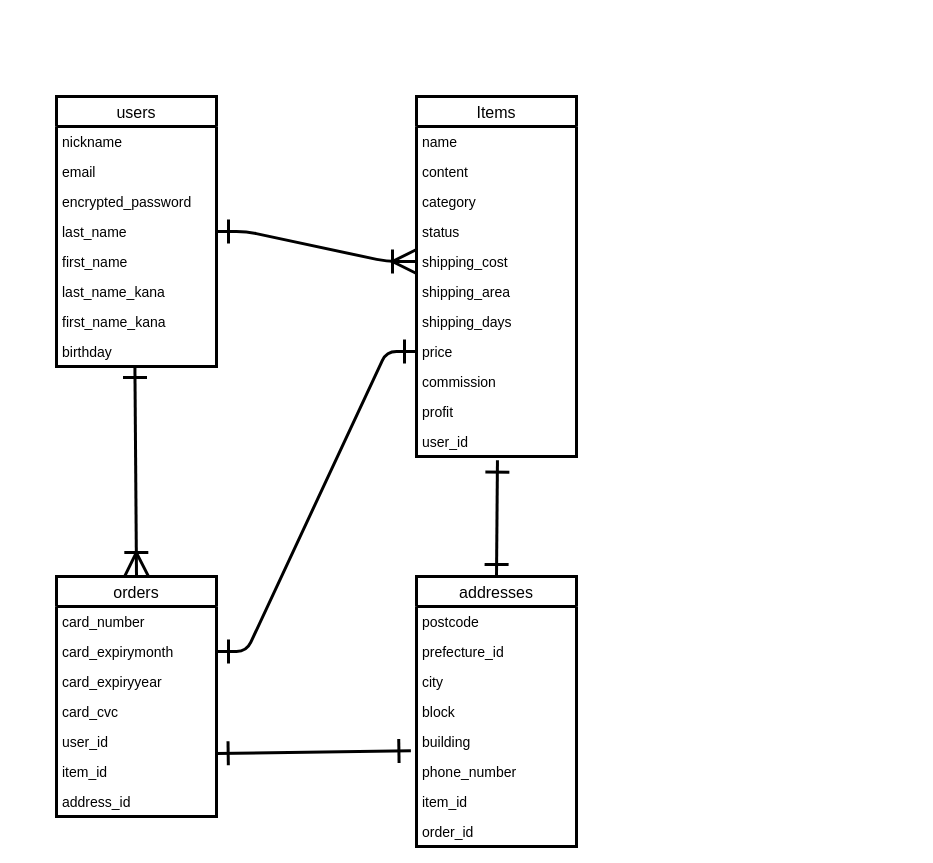
Before: furima.dio in tatsuya-ogi312/furima-38499, a draw.io diagram. Source tidied: cells renumbered, new cells numbered last; positions are measured from the earlier drawing's top-left corner, leaving out a move shared by most shapes. Both pictures are drawn from the tidied source at 100%, with x=0, y=0 at pixel (56, 96).
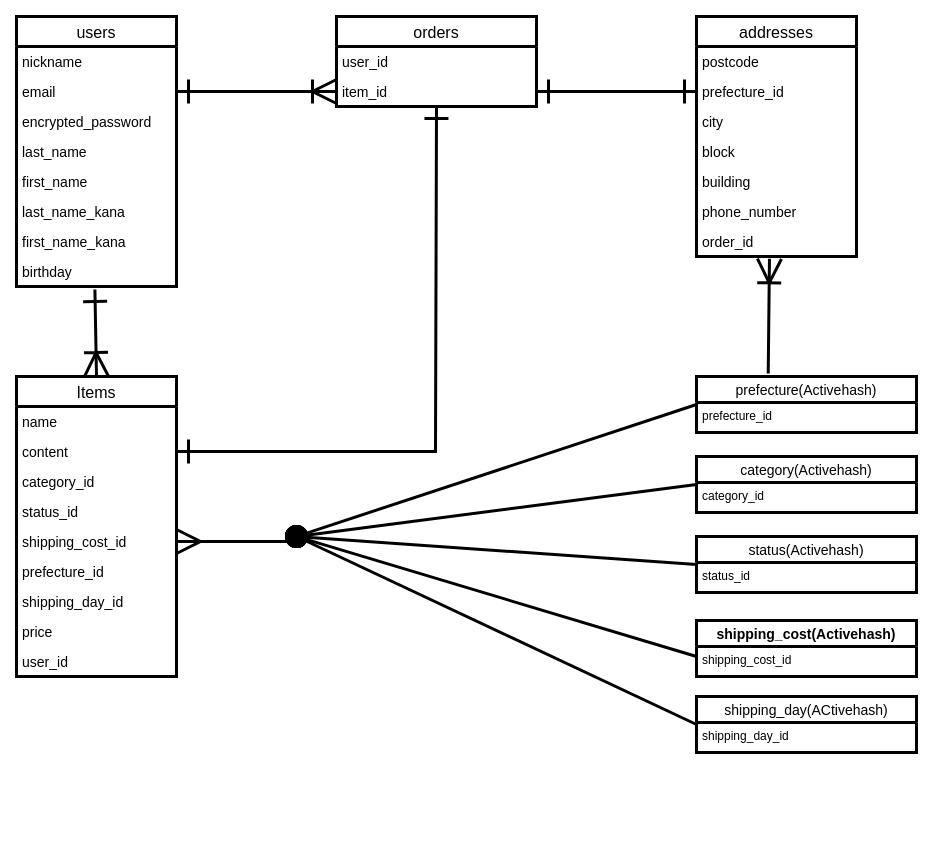
The same page after the edit.

Unchanged cells that the change refers to:
```xml
<mxCell id="12" value="email" style="text;strokeColor=none;fillColor=none;align=left;verticalAlign=middle;spacingLeft=4;spacingRight=4;overflow=hidden;points=[[0,0.5],[1,0.5]];portConstraint=eastwest;fontSize=14;" parent="10" vertex="1">
  <mxGeometry y="60" width="160" height="30" as="geometry" />
</mxCell>
<mxCell id="14" value="last_name" style="text;strokeColor=none;fillColor=none;align=left;verticalAlign=middle;spacingLeft=4;spacingRight=4;overflow=hidden;points=[[0,0.5],[1,0.5]];portConstraint=eastwest;fontSize=14;" parent="10" vertex="1">
  <mxGeometry y="120" width="160" height="30" as="geometry" />
</mxCell>
<mxCell id="18" value="birthday" style="text;strokeColor=none;fillColor=none;align=left;verticalAlign=middle;spacingLeft=4;spacingRight=4;overflow=hidden;points=[[0,0.5],[1,0.5]];portConstraint=eastwest;fontSize=14;" parent="10" vertex="1">
  <mxGeometry y="240" width="160" height="30" as="geometry" />
</mxCell>
<mxCell id="21" value="content" style="text;strokeColor=none;fillColor=none;align=left;verticalAlign=middle;spacingLeft=4;spacingRight=4;overflow=hidden;points=[[0,0.5],[1,0.5]];portConstraint=eastwest;fontSize=14;" parent="19" vertex="1">
  <mxGeometry y="60" width="160" height="30" as="geometry" />
</mxCell>
<mxCell id="27" value="price" style="text;strokeColor=none;fillColor=none;align=left;verticalAlign=middle;spacingLeft=4;spacingRight=4;overflow=hidden;points=[[0,0.5],[1,0.5]];portConstraint=eastwest;fontSize=14;" parent="19" vertex="1">
  <mxGeometry y="240" width="160" height="30" as="geometry" />
</mxCell>
<mxCell id="33" value="prefecture_id" style="text;strokeColor=none;fillColor=none;align=left;verticalAlign=middle;spacingLeft=4;spacingRight=4;overflow=hidden;points=[[0,0.5],[1,0.5]];portConstraint=eastwest;fontSize=14;" parent="31" vertex="1">
  <mxGeometry y="60" width="160" height="30" as="geometry" />
</mxCell>
<mxCell id="37" value="phone_number" style="text;strokeColor=none;fillColor=none;align=left;verticalAlign=middle;spacingLeft=4;spacingRight=4;overflow=hidden;points=[[0,0.5],[1,0.5]];portConstraint=eastwest;fontSize=14;" parent="31" vertex="1">
  <mxGeometry y="180" width="160" height="30" as="geometry" />
</mxCell>
```

Change to the diagram source:
```diff
@@
     <mxCell id="2" value="orders" style="swimlane;fontStyle=0;horizontal=1;startSize=30;strokeWidth=3;fontSize=16;" parent="1" vertex="1">
-      <mxGeometry y="480" width="160" height="240" as="geometry" />
+      <mxGeometry x="280" y="-80" width="200" height="90" as="geometry" />
     </mxCell>
-    <mxCell id="3" value="card_number" style="text;strokeColor=none;fillColor=none;align=left;verticalAlign=middle;spacingLeft=4;spacingRight=4;overflow=hidden;fontSize=14;" parent="2" vertex="1">
-      <mxGeometry y="30" width="160" height="30" as="geometry" />
-    </mxCell>
-    <mxCell id="4" value="card_expirymonth" style="text;strokeColor=none;fillColor=none;align=left;verticalAlign=middle;spacingLeft=4;spacingRight=4;overflow=hidden;points=[[0,0.5],[1,0.5]];portConstraint=eastwest;fontSize=14;" parent="2" vertex="1">
-      <mxGeometry y="60" width="160" height="30" as="geometry" />
-    </mxCell>
-    <mxCell id="5" value="card_expiryyear" style="text;strokeColor=none;fillColor=none;align=left;verticalAlign=middle;spacingLeft=4;spacingRight=4;overflow=hidden;fontSize=14;" parent="2" vertex="1">
-      <mxGeometry y="90" width="160" height="30" as="geometry" />
-    </mxCell>
-    <mxCell id="6" value="card_cvc " style="text;strokeColor=none;fillColor=none;align=left;verticalAlign=middle;spacingLeft=4;spacingRight=4;overflow=hidden;fontSize=14;" parent="2" vertex="1">
-      <mxGeometry y="120" width="160" height="30" as="geometry" />
-    </mxCell>
     <mxCell id="7" value="user_id" style="text;strokeColor=none;fillColor=none;align=left;verticalAlign=middle;spacingLeft=4;spacingRight=4;overflow=hidden;fontSize=14;" parent="2" vertex="1">
-      <mxGeometry y="150" width="160" height="30" as="geometry" />
+      <mxGeometry y="30" width="200" height="30" as="geometry" />
     </mxCell>
     <mxCell id="8" value="item_id" style="text;strokeColor=none;fillColor=none;align=left;verticalAlign=middle;spacingLeft=4;spacingRight=4;overflow=hidden;points=[[0,0.5],[1,0.5]];portConstraint=eastwest;fontSize=14;" parent="2" vertex="1">
-      <mxGeometry y="180" width="160" height="30" as="geometry" />
+      <mxGeometry y="60" width="200" height="30" as="geometry" />
     </mxCell>
-    <mxCell id="9" value="address_id" style="text;strokeColor=none;fillColor=none;align=left;verticalAlign=middle;spacingLeft=4;spacingRight=4;overflow=hidden;fontSize=14;" parent="2" vertex="1">
-      <mxGeometry y="210" width="160" height="30" as="geometry" />
-    </mxCell>
     <mxCell id="10" value="users" style="swimlane;fontStyle=0;horizontal=1;startSize=30;strokeWidth=3;fontSize=16;" parent="1" vertex="1">
-      <mxGeometry width="160" height="270" as="geometry" />
+      <mxGeometry x="-40" y="-80" width="160" height="270" as="geometry" />
     </mxCell>
@@
     <mxCell id="19" value="Items" style="swimlane;fontStyle=0;horizontal=1;startSize=30;strokeWidth=3;fontSize=16;" parent="1" vertex="1">
-      <mxGeometry x="360" width="160" height="360" as="geometry" />
+      <mxGeometry x="-40" y="280" width="160" height="300" as="geometry" />
     </mxCell>
@@
-    <mxCell id="22" value="category" style="text;strokeColor=none;fillColor=none;align=left;verticalAlign=middle;spacingLeft=4;spacingRight=4;overflow=hidden;fontSize=14;" parent="19" vertex="1">
+    <mxCell id="22" value="category_id" style="text;strokeColor=none;fillColor=none;align=left;verticalAlign=middle;spacingLeft=4;spacingRight=4;overflow=hidden;fontSize=14;" parent="19" vertex="1">
       <mxGeometry y="90" width="160" height="30" as="geometry" />
     </mxCell>
-    <mxCell id="23" value="status" style="text;strokeColor=none;fillColor=none;align=left;verticalAlign=middle;spacingLeft=4;spacingRight=4;overflow=hidden;fontSize=14;" parent="19" vertex="1">
+    <mxCell id="23" value="status_id" style="text;strokeColor=none;fillColor=none;align=left;verticalAlign=middle;spacingLeft=4;spacingRight=4;overflow=hidden;fontSize=14;" parent="19" vertex="1">
       <mxGeometry y="120" width="160" height="30" as="geometry" />
     </mxCell>
-    <mxCell id="24" value="shipping_cost" style="text;strokeColor=none;fillColor=none;align=left;verticalAlign=middle;spacingLeft=4;spacingRight=4;overflow=hidden;points=[[0,0.5],[1,0.5]];portConstraint=eastwest;fontSize=14;" parent="19" vertex="1">
+    <mxCell id="24" value="shipping_cost_id" style="text;strokeColor=none;fillColor=none;align=left;verticalAlign=middle;spacingLeft=4;spacingRight=4;overflow=hidden;points=[[0,0.5],[1,0.5]];portConstraint=eastwest;fontSize=14;" parent="19" vertex="1">
       <mxGeometry y="150" width="160" height="30" as="geometry" />
     </mxCell>
-    <mxCell id="25" value="shipping_area" style="text;strokeColor=none;fillColor=none;align=left;verticalAlign=middle;spacingLeft=4;spacingRight=4;overflow=hidden;fontSize=14;" parent="19" vertex="1">
+    <mxCell id="25" value="prefecture_id" style="text;strokeColor=none;fillColor=none;align=left;verticalAlign=middle;spacingLeft=4;spacingRight=4;overflow=hidden;fontSize=14;" parent="19" vertex="1">
       <mxGeometry y="180" width="160" height="30" as="geometry" />
     </mxCell>
-    <mxCell id="26" value="shipping_days" style="text;strokeColor=none;fillColor=none;align=left;verticalAlign=middle;spacingLeft=4;spacingRight=4;overflow=hidden;fontSize=14;" parent="19" vertex="1">
+    <mxCell id="26" value="shipping_day_id" style="text;strokeColor=none;fillColor=none;align=left;verticalAlign=middle;spacingLeft=4;spacingRight=4;overflow=hidden;fontSize=14;" parent="19" vertex="1">
       <mxGeometry y="210" width="160" height="30" as="geometry" />
     </mxCell>
@@
-    <mxCell id="28" value="commission" style="text;strokeColor=none;fillColor=none;align=left;verticalAlign=middle;spacingLeft=4;spacingRight=4;overflow=hidden;fontSize=14;" parent="19" vertex="1">
-      <mxGeometry y="270" width="160" height="30" as="geometry" />
-    </mxCell>
-    <mxCell id="29" value="profit" style="text;strokeColor=none;fillColor=none;align=left;verticalAlign=middle;spacingLeft=4;spacingRight=4;overflow=hidden;fontSize=14;" parent="19" vertex="1">
-      <mxGeometry y="300" width="160" height="30" as="geometry" />
-    </mxCell>
     <mxCell id="30" value="user_id" style="text;strokeColor=none;fillColor=none;align=left;verticalAlign=middle;spacingLeft=4;spacingRight=4;overflow=hidden;points=[[0,0.5],[1,0.5]];portConstraint=eastwest;fontSize=14;" parent="19" vertex="1">
-      <mxGeometry y="330" width="160" height="30" as="geometry" />
+      <mxGeometry y="270" width="160" height="30" as="geometry" />
     </mxCell>
     <mxCell id="31" value="addresses" style="swimlane;fontStyle=0;horizontal=1;startSize=30;strokeWidth=3;fontSize=16;" parent="1" vertex="1">
-      <mxGeometry x="360" y="480" width="160" height="270" as="geometry" />
+      <mxGeometry x="640" y="-80" width="160" height="240" as="geometry" />
     </mxCell>
@@
-    <mxCell id="38" value="item_id" style="text;strokeColor=none;fillColor=none;align=left;verticalAlign=middle;spacingLeft=4;spacingRight=4;overflow=hidden;fontSize=14;" parent="31" vertex="1">
-      <mxGeometry y="210" width="160" height="30" as="geometry" />
-    </mxCell>
     <mxCell id="39" value="order_id" style="text;strokeColor=none;fillColor=none;align=left;verticalAlign=middle;spacingLeft=4;spacingRight=4;overflow=hidden;points=[[0,0.5],[1,0.5]];portConstraint=eastwest;fontSize=14;" parent="31" vertex="1">
-      <mxGeometry y="240" width="160" height="30" as="geometry" />
+      <mxGeometry y="210" width="160" height="30" as="geometry" />
     </mxCell>
-    <mxCell id="40" style="edgeStyle=entityRelationEdgeStyle;fontSize=21;html=1;endArrow=ERoneToMany;exitX=1;exitY=0.5;exitDx=0;exitDy=0;entryX=0;entryY=0.5;entryDx=0;entryDy=0;strokeWidth=3;endSize=20;startArrow=ERone;startFill=0;startSize=20;" parent="1" edge="1" source="14" target="24">
-      <mxGeometry relative="1" as="geometry" />
-    </mxCell>
-    <mxCell id="41" style="edgeStyle=entityRelationEdgeStyle;fontSize=21;html=1;endArrow=ERone;strokeWidth=3;endSize=20;strokeColor=default;horizontal=1;startArrow=ERone;startFill=0;endFill=0;startSize=20;anchorPointDirection=1;fixDash=0;entryX=0;entryY=0.5;entryDx=0;entryDy=0;exitX=1;exitY=0.5;exitDx=0;exitDy=0;" parent="1" edge="1" source="4" target="27">
-      <mxGeometry relative="1" as="geometry" />
-    </mxCell>
-    <mxCell id="42" style="endArrow=ERoneToMany;html=1;rounded=0;labelBackgroundColor=default;fontFamily=Helvetica;fontSize=21;fontColor=default;startSize=20;endSize=20;strokeColor=default;strokeWidth=3;shape=connector;exitX=0.49;exitY=0.967;exitDx=0;exitDy=0;exitPerimeter=0;entryX=0.5;entryY=0;entryDx=0;entryDy=0;startArrow=ERone;startFill=0;endFill=0;" parent="1" edge="1" source="18" target="2">
-      <mxGeometry relative="1" as="geometry" />
-    </mxCell>
-    <mxCell id="43" style="endArrow=ERone;html=1;rounded=0;labelBackgroundColor=default;fontFamily=Helvetica;fontSize=21;fontColor=default;startSize=20;endSize=20;strokeColor=default;strokeWidth=3;shape=connector;entryX=0.5;entryY=0;entryDx=0;entryDy=0;startArrow=ERone;startFill=0;endFill=0;exitX=0.506;exitY=1.122;exitDx=0;exitDy=0;exitPerimeter=0;" parent="1" edge="1" source="30" target="31">
-      <mxGeometry relative="1" as="geometry" />
-    </mxCell>
-    <mxCell id="44" style="endArrow=ERone;html=1;rounded=0;labelBackgroundColor=default;fontFamily=Helvetica;fontSize=21;fontColor=default;startSize=20;endSize=20;strokeColor=default;strokeWidth=3;shape=connector;exitX=0.998;exitY=-0.1;exitDx=0;exitDy=0;exitPerimeter=0;entryX=-0.035;entryY=-0.189;entryDx=0;entryDy=0;entryPerimeter=0;startArrow=ERone;startFill=0;endFill=0;" parent="1" edge="1" source="8" target="37">
-      <mxGeometry relative="1" as="geometry" />
-    </mxCell>
+    <mxCell id="45" value="prefecture(Activehash)" style="swimlane;fontStyle=0;horizontal=1;startSize=26;align=center;fontSize=14;fontFamily=Helvetica;fontColor=default;strokeWidth=3;" parent="1" vertex="1">
+      <mxGeometry x="640" y="280" width="220" height="56" as="geometry" />
+    </mxCell>
+    <mxCell id="46" value="prefecture_id" style="text;strokeColor=none;fillColor=none;spacingLeft=4;spacingRight=4;overflow=hidden;fontSize=12;fontFamily=Helvetica;fontColor=default;" parent="45" vertex="1">
+      <mxGeometry y="26" width="220" height="30" as="geometry" />
+    </mxCell>
+    <mxCell id="47" value="category(Activehash)" style="swimlane;fontStyle=0;horizontal=1;startSize=26;align=center;fontSize=14;fontFamily=Helvetica;fontColor=default;strokeWidth=3;" parent="1" vertex="1">
+      <mxGeometry x="640" y="360" width="220" height="56" as="geometry" />
+    </mxCell>
+    <mxCell id="48" value="category_id" style="text;strokeColor=none;fillColor=none;spacingLeft=4;spacingRight=4;overflow=hidden;fontSize=12;fontFamily=Helvetica;fontColor=default;" parent="47" vertex="1">
+      <mxGeometry y="26" width="220" height="30" as="geometry" />
+    </mxCell>
+    <mxCell id="49" value="status(Activehash)" style="swimlane;fontStyle=0;horizontal=1;startSize=26;align=center;fontSize=14;fontFamily=Helvetica;fontColor=default;strokeWidth=3;" parent="1" vertex="1">
+      <mxGeometry x="640" y="440" width="220" height="56" as="geometry" />
+    </mxCell>
+    <mxCell id="50" value="status_id" style="text;strokeColor=none;fillColor=none;spacingLeft=4;spacingRight=4;overflow=hidden;fontSize=12;fontFamily=Helvetica;fontColor=default;" parent="49" vertex="1">
+      <mxGeometry y="26" width="220" height="30" as="geometry" />
+    </mxCell>
+    <mxCell id="51" value="shipping_cost(Activehash)" style="swimlane;fontStyle=1;horizontal=1;startSize=26;align=center;fontSize=14;fontFamily=Helvetica;fontColor=default;strokeWidth=3;" parent="1" vertex="1">
+      <mxGeometry x="640" y="524" width="220" height="56" as="geometry" />
+    </mxCell>
+    <mxCell id="52" value="shipping_cost_id" style="text;strokeColor=none;fillColor=none;spacingLeft=4;spacingRight=4;overflow=hidden;fontSize=12;fontFamily=Helvetica;fontColor=default;" parent="51" vertex="1">
+      <mxGeometry y="26" width="220" height="30" as="geometry" />
+    </mxCell>
+    <mxCell id="53" value="shipping_day(ACtivehash)" style="swimlane;fontStyle=0;horizontal=1;startSize=26;align=center;fontSize=14;fontFamily=Helvetica;fontColor=default;strokeWidth=3;" parent="1" vertex="1">
+      <mxGeometry x="640" y="600" width="220" height="56" as="geometry" />
+    </mxCell>
+    <mxCell id="54" value="shipping_day_id" style="text;strokeColor=none;fillColor=none;spacingLeft=4;spacingRight=4;overflow=hidden;fontSize=12;fontFamily=Helvetica;fontColor=default;" parent="53" vertex="1">
+      <mxGeometry y="26" width="220" height="30" as="geometry" />
+    </mxCell>
+    <mxCell id="55" style="endArrow=ERone;html=1;rounded=0;labelBackgroundColor=default;fontFamily=Helvetica;fontSize=21;fontColor=default;startSize=20;endSize=20;strokeColor=default;strokeWidth=3;shape=connector;exitX=1;exitY=0.5;exitDx=0;exitDy=0;entryX=0;entryY=0.5;entryDx=0;entryDy=0;fontStyle=0;startArrow=ERone;startFill=0;endFill=0;" parent="1" edge="1" source="8" target="33">
+      <mxGeometry relative="1" as="geometry" />
+    </mxCell>
+    <mxCell id="56" style="endArrow=none;html=1;rounded=0;labelBackgroundColor=default;fontFamily=Helvetica;fontSize=21;fontColor=default;startSize=20;endSize=20;strokeColor=default;strokeWidth=3;shape=connector;exitX=0.456;exitY=1.078;exitDx=0;exitDy=0;exitPerimeter=0;entryX=0.326;entryY=-0.054;entryDx=0;entryDy=0;entryPerimeter=0;startArrow=ERoneToMany;startFill=0;endFill=0;" parent="1" edge="1" source="39" target="45">
+      <mxGeometry relative="1" as="geometry" />
+    </mxCell>
+    <mxCell id="57" style="endArrow=ERoneToMany;html=1;rounded=0;labelBackgroundColor=default;fontFamily=Helvetica;fontSize=21;fontColor=default;startSize=20;endSize=20;strokeColor=default;strokeWidth=3;shape=connector;exitX=1;exitY=0.5;exitDx=0;exitDy=0;entryX=0;entryY=0.5;entryDx=0;entryDy=0;startArrow=ERone;startFill=0;endFill=0;" parent="1" edge="1" source="12" target="8">
+      <mxGeometry relative="1" as="geometry" />
+    </mxCell>
+    <mxCell id="58" style="endArrow=ERoneToMany;html=1;rounded=0;labelBackgroundColor=default;fontFamily=Helvetica;fontSize=21;fontColor=default;startSize=20;endSize=20;strokeColor=default;strokeWidth=3;shape=connector;entryX=0.5;entryY=0;entryDx=0;entryDy=0;exitX=0.49;exitY=1.1;exitDx=0;exitDy=0;exitPerimeter=0;startArrow=ERone;startFill=0;endFill=0;" parent="1" edge="1" source="18" target="19">
+      <mxGeometry relative="1" as="geometry" />
+    </mxCell>
+    <mxCell id="59" style="edgeStyle=entityRelationEdgeStyle;fontSize=12;html=1;endArrow=oval;rounded=1;labelBackgroundColor=default;fontFamily=Helvetica;fontColor=default;startSize=20;endSize=10;strokeColor=default;strokeWidth=3;shape=connector;startArrow=ERmany;startFill=0;endFill=1;exitX=1;exitY=0.5;exitDx=0;exitDy=0;" parent="1" edge="1" source="24">
+      <mxGeometry relative="1" as="geometry">
+        <mxPoint x="240" y="445" as="targetPoint" />
+      </mxGeometry>
+    </mxCell>
+    <mxCell id="60" style="endArrow=none;html=1;rounded=0;labelBackgroundColor=default;fontFamily=Helvetica;fontSize=21;fontColor=default;startSize=20;endSize=10;strokeColor=default;strokeWidth=3;shape=connector;entryX=0;entryY=0.5;entryDx=0;entryDy=0;startArrow=oval;startFill=1;" parent="1" edge="1" target="45">
+      <mxGeometry relative="1" as="geometry">
+        <mxPoint x="240" y="440" as="sourcePoint" />
+      </mxGeometry>
+    </mxCell>
+    <mxCell id="61" style="endArrow=none;html=1;rounded=0;labelBackgroundColor=default;fontFamily=Helvetica;fontSize=21;fontColor=default;startSize=20;endSize=10;strokeColor=default;strokeWidth=3;shape=connector;entryX=0;entryY=0.5;entryDx=0;entryDy=0;startArrow=oval;startFill=1;" parent="1" edge="1" target="47">
+      <mxGeometry relative="1" as="geometry">
+        <mxPoint x="240" y="440" as="sourcePoint" />
+      </mxGeometry>
+    </mxCell>
+    <mxCell id="62" style="endArrow=none;html=1;rounded=0;labelBackgroundColor=default;fontFamily=Helvetica;fontSize=21;fontColor=default;startSize=20;endSize=10;strokeColor=default;strokeWidth=3;shape=connector;startArrow=oval;startFill=1;entryX=0;entryY=0.5;entryDx=0;entryDy=0;" parent="1" edge="1" target="49">
+      <mxGeometry relative="1" as="geometry">
+        <mxPoint x="240" y="440" as="sourcePoint" />
+      </mxGeometry>
+    </mxCell>
+    <mxCell id="63" style="endArrow=none;html=1;rounded=0;labelBackgroundColor=default;fontFamily=Helvetica;fontSize=21;fontColor=default;startSize=20;endSize=10;strokeColor=default;strokeWidth=3;shape=connector;entryX=0;entryY=0.5;entryDx=0;entryDy=0;startArrow=oval;startFill=1;" parent="1" edge="1">
+      <mxGeometry relative="1" as="geometry">
+        <mxPoint x="240" y="440" as="sourcePoint" />
+        <mxPoint x="640" y="560" as="targetPoint" />
+      </mxGeometry>
+    </mxCell>
+    <mxCell id="64" style="endArrow=none;html=1;rounded=0;labelBackgroundColor=default;fontFamily=Helvetica;fontSize=21;fontColor=default;startSize=20;endSize=10;strokeColor=default;strokeWidth=3;shape=connector;entryX=0;entryY=0.5;entryDx=0;entryDy=0;startArrow=oval;startFill=1;" parent="1" edge="1" target="53">
+      <mxGeometry relative="1" as="geometry">
+        <mxPoint x="240" y="440" as="sourcePoint" />
+      </mxGeometry>
+    </mxCell>
+    <mxCell id="65" style="endArrow=ERone;html=1;rounded=0;labelBackgroundColor=default;fontFamily=Helvetica;fontSize=21;fontColor=default;startSize=20;endSize=20;strokeColor=default;strokeWidth=3;shape=connector;exitX=1;exitY=0.5;exitDx=0;exitDy=0;startArrow=ERone;startFill=0;endFill=0;edgeStyle=orthogonalEdgeStyle;entryX=0.5;entryY=1;entryDx=0;entryDy=0;" parent="1" edge="1" source="21" target="2">
+      <mxGeometry relative="1" as="geometry">
+        <Array as="points">
+          <mxPoint x="379" y="355" />
+          <mxPoint x="379" y="10" />
+        </Array>
+      </mxGeometry>
+    </mxCell>
```
